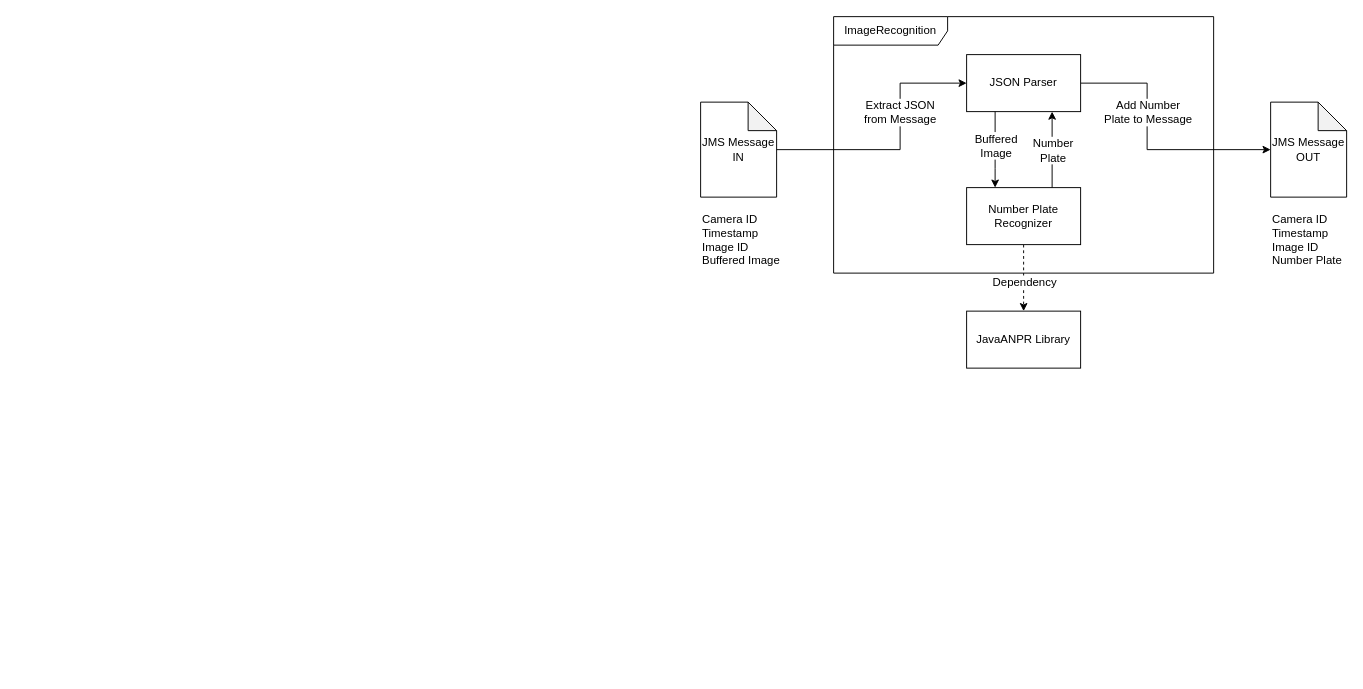
This is teamFolders/team2/Documentation/P2SystemDiagram.drawio from gallenc/solent6Public, a draw.io file, before an edit. Source tidied: cells renumbered, new cells numbered last; positions are measured from the earlier drawing's top-left corner, leaving out a move shared by most shapes. Both pictures are drawn from the tidied source at 95%, with x=0, y=0 at pixel (700, 16).
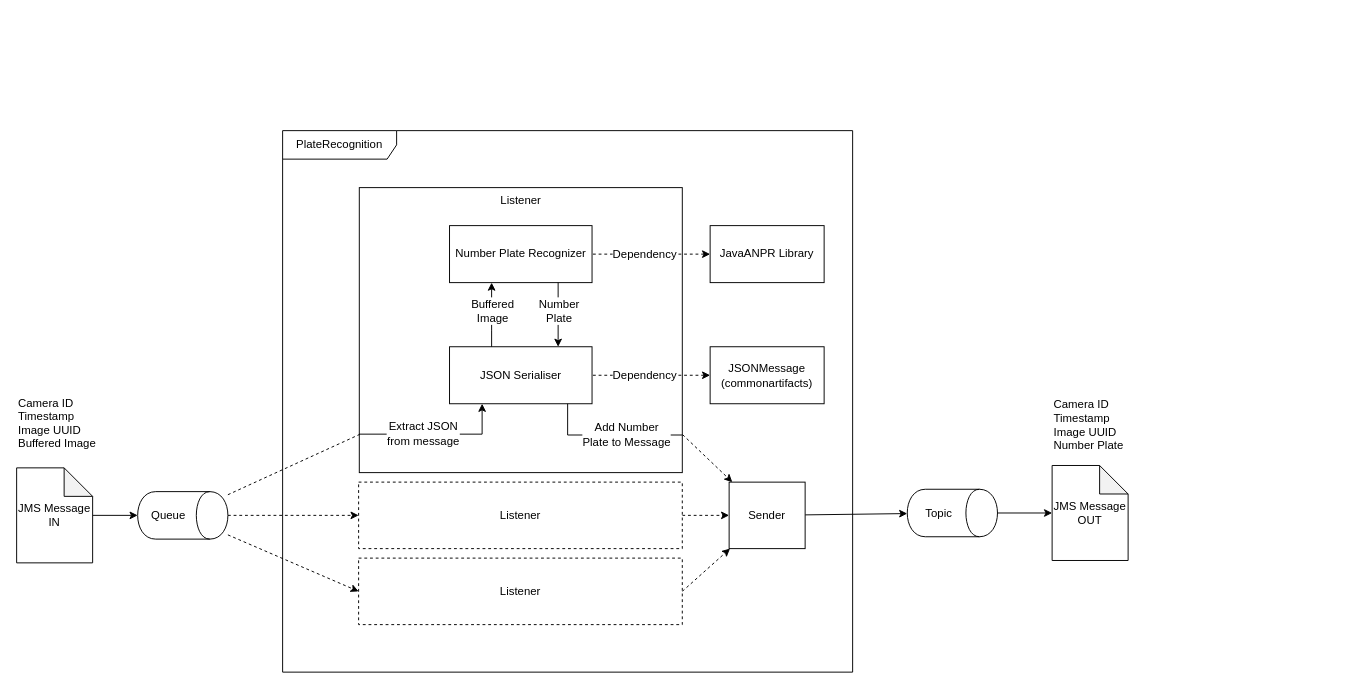
Above is the later version.

Commit message (it also covers changes not shown here):
listeners in system diagram

Change to the diagram source:
```diff
@@
+    <mxCell id="7" value="PlateRecognition" style="shape=umlFrame;whiteSpace=wrap;html=1;align=center;width=120;height=30;shadow=0;" parent="1" vertex="1">
+      <mxGeometry x="-440" y="120" width="600" height="570" as="geometry" />
+    </mxCell>
+    <mxCell id="20" value="Listener" style="rounded=0;whiteSpace=wrap;html=1;align=center;verticalAlign=top;" parent="1" vertex="1">
+      <mxGeometry x="-359.3" y="180" width="340" height="300" as="geometry" />
+    </mxCell>
+    <mxCell id="21" style="edgeStyle=none;rounded=0;jettySize=auto;html=1;" parent="1" edge="1" source="2" target="33">
+      <mxGeometry relative="1" as="geometry" />
+    </mxCell>
     <mxCell id="2" value="JMS Message IN" style="shape=note;whiteSpace=wrap;html=1;backgroundOutline=1;darkOpacity=0.05;" parent="1" vertex="1">
-      <mxGeometry y="90" width="80" height="100" as="geometry" />
+      <mxGeometry x="-720" y="475" width="80" height="100" as="geometry" />
     </mxCell>
     <mxCell id="3" value="JMS Message OUT" style="shape=note;whiteSpace=wrap;html=1;backgroundOutline=1;darkOpacity=0.05;" parent="1" vertex="1">
-      <mxGeometry x="600" y="90" width="80" height="100" as="geometry" />
+      <mxGeometry x="370" y="472.5" width="80" height="100" as="geometry" />
     </mxCell>
-    <mxCell id="4" value="Camera ID&lt;br&gt;Timestamp&lt;br&gt;Image ID&lt;br&gt;Buffered Image&amp;nbsp;" style="text;html=1;strokeColor=none;fillColor=none;align=left;verticalAlign=top;whiteSpace=wrap;rounded=0;" parent="1" vertex="1">
-      <mxGeometry y="200" width="90" height="80" as="geometry" />
+    <mxCell id="4" value="Camera ID&lt;br&gt;Timestamp&lt;br&gt;Image UUID&lt;br&gt;Buffered Image&amp;nbsp;" style="text;html=1;strokeColor=none;fillColor=none;align=left;verticalAlign=top;whiteSpace=wrap;rounded=0;" parent="1" vertex="1">
+      <mxGeometry x="-720" y="392.5" width="90" height="80" as="geometry" />
     </mxCell>
-    <mxCell id="5" value="JavaANPR Library" style="rounded=0;whiteSpace=wrap;html=1;align=center;" parent="1" vertex="1">
-      <mxGeometry x="280" y="310" width="120" height="60" as="geometry" />
-    </mxCell>
-    <mxCell id="6" value="Camera ID&lt;br&gt;Timestamp&lt;br&gt;Image ID&lt;br&gt;Number Plate" style="text;html=1;strokeColor=none;fillColor=none;align=left;verticalAlign=top;whiteSpace=wrap;rounded=0;" parent="1" vertex="1">
-      <mxGeometry x="600" y="200" width="80" height="80" as="geometry" />
+    <mxCell id="6" value="Camera ID&lt;br&gt;Timestamp&lt;br&gt;Image UUID&lt;br&gt;Number Plate" style="text;html=1;strokeColor=none;fillColor=none;align=left;verticalAlign=top;whiteSpace=wrap;rounded=0;" parent="1" vertex="1">
+      <mxGeometry x="370" y="395" width="80" height="80" as="geometry" />
     </mxCell>
-    <mxCell id="7" value="ImageRecognition" style="shape=umlFrame;whiteSpace=wrap;html=1;align=center;width=120;height=30;shadow=0;" parent="1" vertex="1">
-      <mxGeometry x="140" width="400" height="270" as="geometry" />
-    </mxCell>
-    <mxCell id="8" style="edgeStyle=orthogonalEdgeStyle;rounded=0;jettySize=auto;html=1;" parent="1" edge="1" source="10" target="3">
-      <mxGeometry relative="1" as="geometry">
-        <Array as="points">
-          <mxPoint x="470" y="70" />
-          <mxPoint x="470" y="140" />
-        </Array>
-      </mxGeometry>
+    <mxCell id="8" style="edgeStyle=orthogonalEdgeStyle;rounded=0;jettySize=auto;html=1;" parent="1" edge="1" source="34" target="3">
+      <mxGeometry relative="1" as="geometry" />
     </mxCell>
-    <mxCell id="9" value="Add Number&lt;br&gt;Plate to Message" style="text;html=1;align=center;verticalAlign=middle;labelBackgroundColor=#ffffff;" parent="8" vertex="1">
-      <mxGeometry x="0.76" y="1" relative="1" as="geometry">
-        <mxPoint x="-97.9" y="-39" as="offset" />
-      </mxGeometry>
-    </mxCell>
+    <mxCell id="22" style="rounded=0;jettySize=auto;html=1;dashed=1;startArrow=classic;startFill=1;endArrow=none;endFill=0;" parent="1" edge="1" source="35" target="10">
+      <mxGeometry relative="1" as="geometry" />
+    </mxCell>
+    <mxCell id="23" value="Dependency" style="text;html=1;align=center;verticalAlign=middle;labelBackgroundColor=#ffffff;" parent="22" vertex="1">
+      <mxGeometry x="-0.72" y="-3" relative="1" as="geometry">
+        <mxPoint x="-52.1" y="3" as="offset" />
+      </mxGeometry>
+    </mxCell>
-    <mxCell id="10" value="JSON Parser" style="rounded=0;whiteSpace=wrap;html=1;align=center;" parent="1" vertex="1">
-      <mxGeometry x="280" y="40" width="120" height="60" as="geometry" />
+    <mxCell id="10" value="JSON Serialiser" style="rounded=0;whiteSpace=wrap;html=1;align=center;" parent="1" vertex="1">
+      <mxGeometry x="-264.3" y="347.5" width="150" height="60" as="geometry" />
     </mxCell>
-    <mxCell id="11" style="edgeStyle=orthogonalEdgeStyle;rounded=0;jettySize=auto;html=1;dashed=1;" parent="1" edge="1" source="13" target="5">
-      <mxGeometry relative="1" as="geometry" />
-    </mxCell>
-    <mxCell id="12" value="Dependency" style="text;html=1;align=center;verticalAlign=middle;labelBackgroundColor=#ffffff;" parent="11" vertex="1">
-      <mxGeometry x="-0.25" y="1" relative="1" as="geometry">
-        <mxPoint x="-1" y="13.8" as="offset" />
-      </mxGeometry>
-    </mxCell>
     <mxCell id="13" value="Number Plate Recognizer" style="rounded=0;whiteSpace=wrap;html=1;align=center;" parent="1" vertex="1">
-      <mxGeometry x="280" y="180" width="120" height="60" as="geometry" />
+      <mxGeometry x="-264.3" y="220" width="150" height="60" as="geometry" />
     </mxCell>
-    <mxCell id="14" style="edgeStyle=orthogonalEdgeStyle;rounded=0;jettySize=auto;html=1;exitX=0.25;exitY=1;exitDx=0;exitDy=0;" parent="1" edge="1" source="10" target="13">
+    <mxCell id="14" style="edgeStyle=orthogonalEdgeStyle;rounded=0;jettySize=auto;html=1;" parent="1" edge="1" source="10" target="13">
       <mxGeometry relative="1" as="geometry">
         <Array as="points">
-          <mxPoint x="310" y="160" />
-          <mxPoint x="310" y="160" />
+          <mxPoint x="-220" y="330" />
+          <mxPoint x="-220" y="330" />
         </Array>
       </mxGeometry>
     </mxCell>
     <mxCell id="15" value="Buffered&lt;br&gt;Image" style="text;html=1;align=center;verticalAlign=middle;labelBackgroundColor=#ffffff;" parent="14" vertex="1">
       <mxGeometry x="0.5" y="-28" relative="1" as="geometry">
-        <mxPoint x="28" y="-25" as="offset" />
+        <mxPoint x="-28" y="12.8" as="offset" />
       </mxGeometry>
     </mxCell>
-    <mxCell id="16" style="edgeStyle=orthogonalEdgeStyle;rounded=0;jettySize=auto;html=1;exitX=0.75;exitY=0;exitDx=0;exitDy=0;entryX=0.75;entryY=1;entryDx=0;entryDy=0;" parent="1" edge="1" source="13" target="10">
+    <mxCell id="16" style="edgeStyle=orthogonalEdgeStyle;rounded=0;jettySize=auto;html=1;" parent="1" edge="1" source="13" target="10">
       <mxGeometry relative="1" as="geometry">
         <Array as="points">
-          <mxPoint x="370" y="140" />
-          <mxPoint x="370" y="140" />
+          <mxPoint x="-150" y="340" />
+          <mxPoint x="-150" y="340" />
         </Array>
       </mxGeometry>
     </mxCell>
     <mxCell id="17" value="Number&lt;br&gt;Plate" style="text;html=1;align=center;verticalAlign=middle;labelBackgroundColor=#ffffff;" parent="16" vertex="1">
-      <mxGeometry x="0.5" y="-28" relative="1" as="geometry">
-        <mxPoint x="-28" y="20" as="offset" />
+      <mxGeometry x="0.76" y="1" relative="1" as="geometry">
+        <mxPoint x="-1" y="-29.3" as="offset" />
       </mxGeometry>
     </mxCell>
-    <mxCell id="18" style="edgeStyle=orthogonalEdgeStyle;rounded=0;jettySize=auto;html=1;" parent="1" edge="1" source="2" target="10">
-      <mxGeometry relative="1" as="geometry">
-        <Array as="points">
-          <mxPoint x="210" y="140" />
-          <mxPoint x="210" y="70" />
-        </Array>
-      </mxGeometry>
-    </mxCell>
-    <mxCell id="19" value="Extract JSON&lt;br&gt;from Message" style="text;html=1;align=center;verticalAlign=middle;labelBackgroundColor=#ffffff;" parent="18" vertex="1">
-      <mxGeometry x="-0.73" y="-2" relative="1" as="geometry">
-        <mxPoint x="93.5" y="-42" as="offset" />
-      </mxGeometry>
-    </mxCell>
+    <mxCell id="24" style="rounded=0;jettySize=auto;html=1;entryX=1;entryY=0.868;entryDx=0;entryDy=0;entryPerimeter=0;edgeStyle=orthogonalEdgeStyle;endArrow=none;endFill=0;" parent="1" edge="1" source="10" target="20">
+      <mxGeometry relative="1" as="geometry">
+        <Array as="points">
+          <mxPoint x="-140" y="440" />
+          <mxPoint x="-19" y="440" />
+        </Array>
+      </mxGeometry>
+    </mxCell>
+    <mxCell id="9" value="Add Number&lt;br&gt;Plate to Message" style="text;html=1;align=center;verticalAlign=middle;labelBackgroundColor=#ffffff;" parent="24" vertex="1">
+      <mxGeometry x="0.35" y="-28" relative="1" as="geometry">
+        <mxPoint x="-9.5" y="-29" as="offset" />
+      </mxGeometry>
+    </mxCell>
+    <mxCell id="25" style="rounded=0;jettySize=auto;html=1;dashed=1;exitX=1;exitY=0.5;exitDx=0;exitDy=0;" parent="1" edge="1" source="26" target="30">
+      <mxGeometry relative="1" as="geometry" />
+    </mxCell>
+    <mxCell id="26" value="Listener" style="rounded=0;whiteSpace=wrap;html=1;dashed=1;" parent="1" vertex="1">
+      <mxGeometry x="-360" y="490" width="340.7" height="70" as="geometry" />
+    </mxCell>
+    <mxCell id="27" style="edgeStyle=none;rounded=0;jettySize=auto;html=1;dashed=1;exitX=1;exitY=0.5;exitDx=0;exitDy=0;" parent="1" edge="1" source="28" target="30">
+      <mxGeometry relative="1" as="geometry" />
+    </mxCell>
+    <mxCell id="28" value="Listener" style="rounded=0;whiteSpace=wrap;html=1;dashed=1;" parent="1" vertex="1">
+      <mxGeometry x="-360" y="570" width="340.7" height="70" as="geometry" />
+    </mxCell>
+    <mxCell id="29" style="edgeStyle=none;rounded=0;jettySize=auto;html=1;" parent="1" edge="1" source="30" target="34">
+      <mxGeometry relative="1" as="geometry" />
+    </mxCell>
+    <mxCell id="30" value="Sender" style="rounded=0;whiteSpace=wrap;html=1;" parent="1" vertex="1">
+      <mxGeometry x="30" y="490" width="80" height="70" as="geometry" />
+    </mxCell>
+    <mxCell id="31" style="edgeStyle=none;rounded=0;jettySize=auto;html=1;dashed=1;entryX=0;entryY=0.5;entryDx=0;entryDy=0;" parent="1" edge="1" source="33" target="26">
+      <mxGeometry relative="1" as="geometry" />
+    </mxCell>
+    <mxCell id="32" style="edgeStyle=none;rounded=0;jettySize=auto;html=1;dashed=1;entryX=0;entryY=0.5;entryDx=0;entryDy=0;" parent="1" edge="1" source="33" target="28">
+      <mxGeometry relative="1" as="geometry" />
+    </mxCell>
+    <mxCell id="33" value="Queue" style="shape=cylinder;whiteSpace=wrap;html=1;boundedLbl=1;backgroundOutline=1;rotation=90;horizontal=0;" parent="1" vertex="1">
+      <mxGeometry x="-570.1" y="477.5" width="50" height="95" as="geometry" />
+    </mxCell>
+    <mxCell id="34" value="Topic" style="shape=cylinder;whiteSpace=wrap;html=1;boundedLbl=1;backgroundOutline=1;rotation=90;horizontal=0;" parent="1" vertex="1">
+      <mxGeometry x="240" y="475" width="50" height="95" as="geometry" />
+    </mxCell>
+    <mxCell id="5" value="JavaANPR Library" style="rounded=0;whiteSpace=wrap;html=1;" parent="1" vertex="1">
+      <mxGeometry x="10" y="220" width="120" height="60" as="geometry" />
+    </mxCell>
+    <mxCell id="35" value="JSONMessage&lt;br&gt;(commonartifacts)" style="rounded=0;whiteSpace=wrap;html=1;" parent="1" vertex="1">
+      <mxGeometry x="10" y="347.5" width="120" height="60" as="geometry" />
+    </mxCell>
+    <mxCell id="36" style="rounded=0;jettySize=auto;html=1;dashed=1;startArrow=classic;startFill=1;endArrow=none;endFill=0;" parent="1" edge="1" source="5" target="13">
+      <mxGeometry relative="1" as="geometry" />
+    </mxCell>
+    <mxCell id="37" value="Dependency" style="text;html=1;align=center;verticalAlign=middle;labelBackgroundColor=#ffffff;" parent="36" vertex="1">
+      <mxGeometry x="-0.72" y="-3" relative="1" as="geometry">
+        <mxPoint x="-52.1" y="3" as="offset" />
+      </mxGeometry>
+    </mxCell>
+    <mxCell id="38" style="rounded=0;jettySize=auto;html=1;entryX=0.001;entryY=0.866;entryDx=0;entryDy=0;entryPerimeter=0;endArrow=none;endFill=0;dashed=1;" parent="1" edge="1" source="33" target="20">
+      <mxGeometry relative="1" as="geometry" />
+    </mxCell>
+    <mxCell id="39" style="rounded=0;jettySize=auto;html=1;exitX=-0.001;exitY=0.865;exitDx=0;exitDy=0;exitPerimeter=0;edgeStyle=orthogonalEdgeStyle;" parent="1" edge="1" source="20" target="10">
+      <mxGeometry relative="1" as="geometry">
+        <Array as="points">
+          <mxPoint x="-230" y="439" />
+        </Array>
+      </mxGeometry>
+    </mxCell>
+    <mxCell id="40" value="Extract JSON&lt;br&gt;from message" style="text;html=1;align=center;verticalAlign=middle;labelBackgroundColor=#ffffff;" parent="39" vertex="1">
+      <mxGeometry x="0.35" y="-28" relative="1" as="geometry">
+        <mxPoint x="-41.9" y="-29.5" as="offset" />
+      </mxGeometry>
+    </mxCell>
+    <mxCell id="41" style="rounded=0;jettySize=auto;html=1;dashed=1;" parent="1" edge="1" target="30">
+      <mxGeometry relative="1" as="geometry">
+        <mxPoint x="-19" y="440" as="sourcePoint" />
+      </mxGeometry>
+    </mxCell>
```
